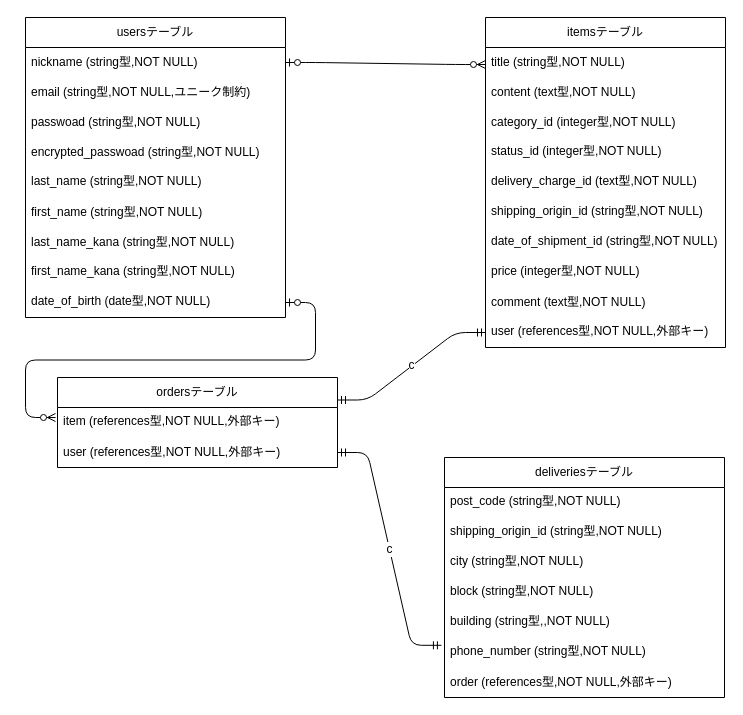
koharayuki/furima-39296 keeps this draw.io diagram as furima.dio. Above is the earlier version. Source tidied: cells renumbered, new cells numbered last; positions are measured from the earlier drawing's top-left corner, leaving out a move shared by most shapes. Both pictures are drawn from the tidied source at 100%, with x=0, y=0 at pixel (25, 17).
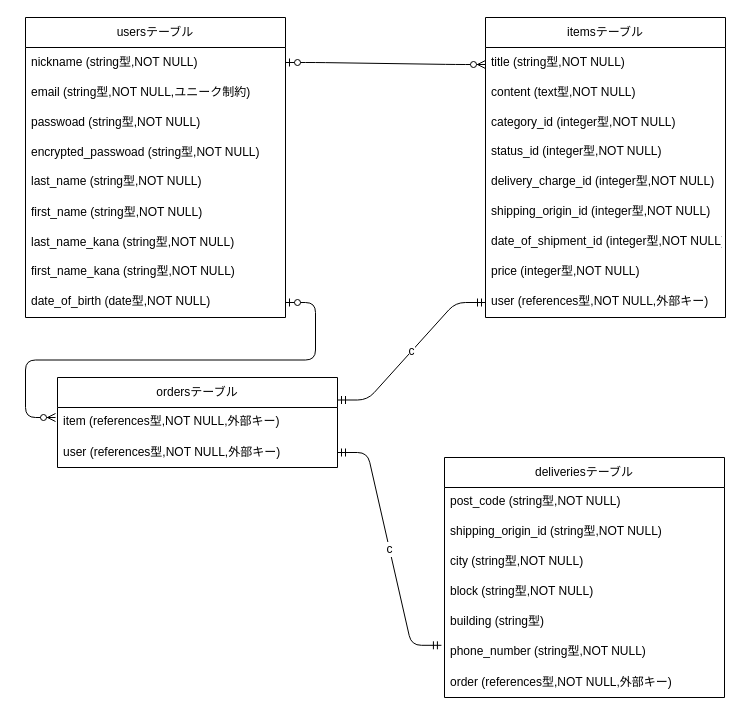
Above is the later version.

Commit message (it also covers changes not shown here):
コメントの修正⑥

The change refers to these unchanged cells:
```xml
<mxCell id="27" value="deliveriesテーブル" style="swimlane;fontStyle=0;horizontal=1;startSize=30;whiteSpace=wrap;html=1;" parent="1" vertex="1">
  <mxGeometry x="419" y="440" width="280" height="240" as="geometry" />
</mxCell>
```

Change to the diagram source:
```diff
@@
     <mxCell id="12" value="itemsテーブル" style="swimlane;fontStyle=0;horizontal=1;startSize=30;whiteSpace=wrap;html=1;" parent="1" vertex="1">
-      <mxGeometry x="460" width="240" height="330" as="geometry" />
+      <mxGeometry x="460" width="240" height="300" as="geometry" />
     </mxCell>
@@
-    <mxCell id="17" value="delivery_charge_id (text型,NOT NULL)" style="text;strokeColor=none;fillColor=none;spacingLeft=4;spacingRight=4;overflow=hidden;fontSize=12;" parent="12" vertex="1">
+    <mxCell id="17" value="delivery_charge_id (integer型,NOT NULL)" style="text;strokeColor=none;fillColor=none;spacingLeft=4;spacingRight=4;overflow=hidden;fontSize=12;" parent="12" vertex="1">
       <mxGeometry y="150" width="240" height="30" as="geometry" />
     </mxCell>
-    <mxCell id="18" value="shipping_origin_id (string型,NOT NULL)" style="text;strokeColor=none;fillColor=none;spacingLeft=4;spacingRight=4;overflow=hidden;fontSize=12;" parent="12" vertex="1">
+    <mxCell id="18" value="shipping_origin_id (integer型,NOT NULL)" style="text;strokeColor=none;fillColor=none;spacingLeft=4;spacingRight=4;overflow=hidden;fontSize=12;" parent="12" vertex="1">
       <mxGeometry y="180" width="240" height="30" as="geometry" />
     </mxCell>
-    <mxCell id="19" value="date_of_shipment_id (string型,NOT NULL)" style="text;strokeColor=none;fillColor=none;spacingLeft=4;spacingRight=4;overflow=hidden;fontSize=12;" parent="12" vertex="1">
+    <mxCell id="19" value="date_of_shipment_id (integer型,NOT NULL)" style="text;strokeColor=none;fillColor=none;spacingLeft=4;spacingRight=4;overflow=hidden;fontSize=12;" parent="12" vertex="1">
       <mxGeometry y="210" width="240" height="30" as="geometry" />
     </mxCell>
@@
-    <mxCell id="21" value="comment (text型,NOT NULL)" style="text;strokeColor=none;fillColor=none;align=left;verticalAlign=middle;spacingLeft=4;spacingRight=4;overflow=hidden;whiteSpace=wrap;html=1;" parent="12" vertex="1">
-      <mxGeometry y="270" width="240" height="30" as="geometry" />
-    </mxCell>
     <mxCell id="22" value="user (references型,NOT NULL,外部キー)" style="text;strokeColor=none;fillColor=none;spacingLeft=4;spacingRight=4;overflow=hidden;points=[[0,0.5],[1,0.5]];portConstraint=eastwest;fontSize=12;" parent="12" vertex="1">
-      <mxGeometry y="300" width="240" height="30" as="geometry" />
+      <mxGeometry y="270" width="240" height="30" as="geometry" />
     </mxCell>
@@
-    <mxCell id="32" value="building (string型,,NOT NULL)" style="text;strokeColor=none;fillColor=none;spacingLeft=4;spacingRight=4;overflow=hidden;fontSize=12;" parent="27" vertex="1">
+    <mxCell id="32" value="building (string型)" style="text;strokeColor=none;fillColor=none;spacingLeft=4;spacingRight=4;overflow=hidden;fontSize=12;" parent="27" vertex="1">
       <mxGeometry y="150" width="280" height="30" as="geometry" />
     </mxCell>
```
